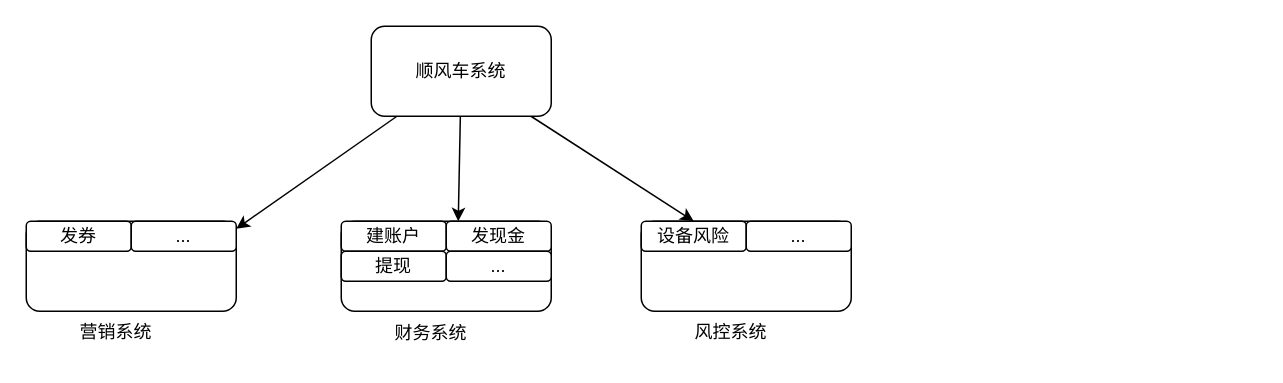
Earlier version of the draw.io diagram page "乘客拉新活动系统交互图2.12" (16 of 16) of Untitled Diagram.drawio (liufuchen88/test2). Source tidied: cells renumbered, new cells numbered last; positions are measured from the earlier drawing's top-left corner, leaving out a move shared by most shapes. Both pictures are drawn from the tidied source at 150%, with x=0, y=0 at pixel (26, 26).
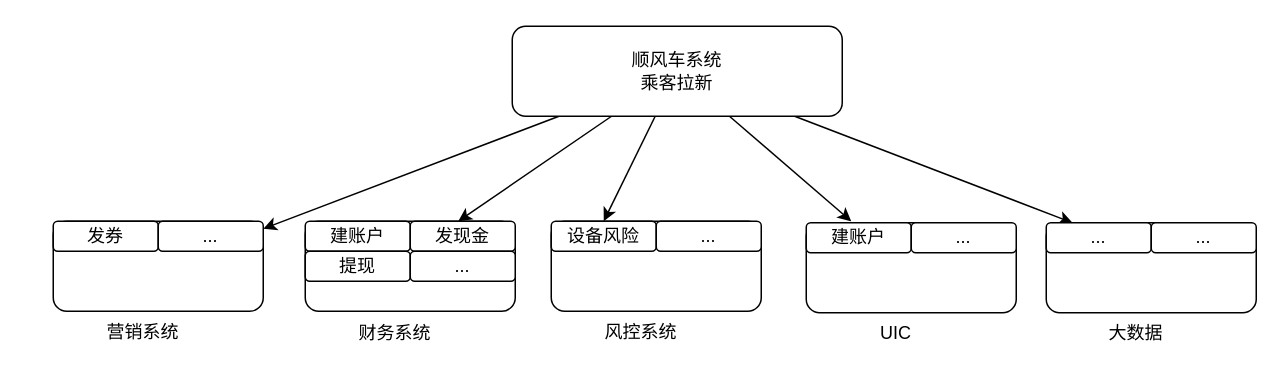
Above is the later version.

What changed in the source:
```diff
@@
+    <mxCell id="20" style="edgeStyle=none;rounded=0;jettySize=auto;html=1;" parent="1" edge="1" source="5">
+      <mxGeometry relative="1" as="geometry">
+        <mxPoint x="550" y="130" as="targetPoint" />
+      </mxGeometry>
+    </mxCell>
+    <mxCell id="21" style="edgeStyle=none;rounded=0;jettySize=auto;html=1;entryX=0.25;entryY=0;entryDx=0;entryDy=0;" parent="1" edge="1" source="5" target="28">
+      <mxGeometry relative="1" as="geometry" />
+    </mxCell>
-    <mxCell id="5" value="顺风车系统" style="rounded=1;whiteSpace=wrap;html=1;" parent="1" vertex="1">
-      <mxGeometry x="230" width="120" height="60" as="geometry" />
+    <mxCell id="5" value="顺风车系统&lt;br&gt;乘客拉新" style="rounded=1;whiteSpace=wrap;html=1;" parent="1" vertex="1">
+      <mxGeometry x="324" width="220" height="60" as="geometry" />
     </mxCell>
     <mxCell id="6" style="rounded=1;whiteSpace=wrap;html=1;" parent="1" vertex="1">
-      <mxGeometry y="130" width="140" height="60" as="geometry" />
+      <mxGeometry x="18" y="130" width="140" height="60" as="geometry" />
     </mxCell>
     <mxCell id="7" value="营销系统" style="text;html=1;strokeColor=none;fillColor=none;align=center;verticalAlign=middle;whiteSpace=wrap;rounded=0;" parent="1" vertex="1">
-      <mxGeometry x="30" y="189" width="60" height="30" as="geometry" />
+      <mxGeometry x="48" y="189" width="60" height="30" as="geometry" />
     </mxCell>
     <mxCell id="8" value="发券" style="rounded=1;whiteSpace=wrap;html=1;" parent="1" vertex="1">
-      <mxGeometry y="130" width="70" height="20" as="geometry" />
+      <mxGeometry x="18" y="130" width="70" height="20" as="geometry" />
     </mxCell>
     <mxCell id="9" value="..." style="rounded=1;whiteSpace=wrap;html=1;" parent="1" vertex="1">
-      <mxGeometry x="70" y="130" width="70" height="20" as="geometry" />
+      <mxGeometry x="88" y="130" width="70" height="20" as="geometry" />
     </mxCell>
     <mxCell id="10" style="rounded=1;whiteSpace=wrap;html=1;" parent="1" vertex="1">
-      <mxGeometry x="210" y="130" width="140" height="60" as="geometry" />
+      <mxGeometry x="186" y="130" width="140" height="60" as="geometry" />
     </mxCell>
     <mxCell id="11" value="财务系统" style="text;html=1;strokeColor=none;fillColor=none;align=center;verticalAlign=middle;whiteSpace=wrap;rounded=0;" parent="1" vertex="1">
-      <mxGeometry x="240" y="190" width="60" height="30" as="geometry" />
+      <mxGeometry x="216" y="190" width="60" height="30" as="geometry" />
     </mxCell>
     <mxCell id="12" value="建账户" style="rounded=1;whiteSpace=wrap;html=1;" parent="1" vertex="1">
-      <mxGeometry x="210" y="130" width="70" height="20" as="geometry" />
+      <mxGeometry x="186" y="130" width="70" height="20" as="geometry" />
     </mxCell>
     <mxCell id="13" value="发现金" style="rounded=1;whiteSpace=wrap;html=1;" parent="1" vertex="1">
-      <mxGeometry x="280" y="130" width="70" height="20" as="geometry" />
+      <mxGeometry x="256" y="130" width="70" height="20" as="geometry" />
     </mxCell>
     <mxCell id="14" style="rounded=1;whiteSpace=wrap;html=1;" parent="1" vertex="1">
-      <mxGeometry x="410" y="130" width="140" height="60" as="geometry" />
+      <mxGeometry x="350" y="130" width="140" height="60" as="geometry" />
     </mxCell>
     <mxCell id="15" value="风控系统" style="text;html=1;strokeColor=none;fillColor=none;align=center;verticalAlign=middle;whiteSpace=wrap;rounded=0;" parent="1" vertex="1">
-      <mxGeometry x="440" y="189" width="60" height="30" as="geometry" />
+      <mxGeometry x="380" y="189" width="60" height="30" as="geometry" />
     </mxCell>
     <mxCell id="16" value="设备风险" style="rounded=1;whiteSpace=wrap;html=1;" parent="1" vertex="1">
-      <mxGeometry x="410" y="130" width="70" height="20" as="geometry" />
+      <mxGeometry x="350" y="130" width="70" height="20" as="geometry" />
     </mxCell>
     <mxCell id="17" value="..." style="rounded=1;whiteSpace=wrap;html=1;" parent="1" vertex="1">
-      <mxGeometry x="480" y="130" width="70" height="20" as="geometry" />
+      <mxGeometry x="420" y="130" width="70" height="20" as="geometry" />
     </mxCell>
     <mxCell id="18" value="提现" style="rounded=1;whiteSpace=wrap;html=1;" parent="1" vertex="1">
-      <mxGeometry x="210" y="150" width="70" height="20" as="geometry" />
+      <mxGeometry x="186" y="150" width="70" height="20" as="geometry" />
     </mxCell>
     <mxCell id="19" value="..." style="rounded=1;whiteSpace=wrap;html=1;" parent="1" vertex="1">
-      <mxGeometry x="280" y="150" width="70" height="20" as="geometry" />
+      <mxGeometry x="256" y="150" width="70" height="20" as="geometry" />
     </mxCell>
+    <mxCell id="22" style="rounded=1;whiteSpace=wrap;html=1;" parent="1" vertex="1">
+      <mxGeometry x="520" y="131" width="140" height="60" as="geometry" />
+    </mxCell>
+    <mxCell id="23" value="UIC" style="text;html=1;strokeColor=none;fillColor=none;align=center;verticalAlign=middle;whiteSpace=wrap;rounded=0;" parent="1" vertex="1">
+      <mxGeometry x="550" y="190" width="60" height="30" as="geometry" />
+    </mxCell>
+    <mxCell id="24" value="建账户" style="rounded=1;whiteSpace=wrap;html=1;" parent="1" vertex="1">
+      <mxGeometry x="520" y="131" width="70" height="20" as="geometry" />
+    </mxCell>
+    <mxCell id="25" value="..." style="rounded=1;whiteSpace=wrap;html=1;" parent="1" vertex="1">
+      <mxGeometry x="590" y="131" width="70" height="20" as="geometry" />
+    </mxCell>
+    <mxCell id="26" style="rounded=1;whiteSpace=wrap;html=1;" parent="1" vertex="1">
+      <mxGeometry x="680" y="131" width="140" height="60" as="geometry" />
+    </mxCell>
+    <mxCell id="27" value="大数据" style="text;html=1;strokeColor=none;fillColor=none;align=center;verticalAlign=middle;whiteSpace=wrap;rounded=0;" parent="1" vertex="1">
+      <mxGeometry x="710" y="190" width="60" height="30" as="geometry" />
+    </mxCell>
+    <mxCell id="28" value="..." style="rounded=1;whiteSpace=wrap;html=1;" parent="1" vertex="1">
+      <mxGeometry x="680" y="131" width="70" height="20" as="geometry" />
+    </mxCell>
+    <mxCell id="29" value="..." style="rounded=1;whiteSpace=wrap;html=1;" parent="1" vertex="1">
+      <mxGeometry x="750" y="131" width="70" height="20" as="geometry" />
+    </mxCell>
```
